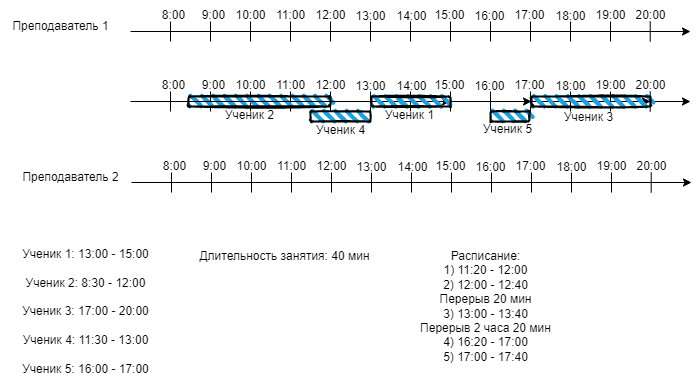
Above: Концептуальная_модель.png in watashinonericell/myrepos (draw.io), before the change. Source tidied: cells renumbered, new cells last; positions are measured from the earlier drawing's top-left corner, leaving out a move shared by most shapes.
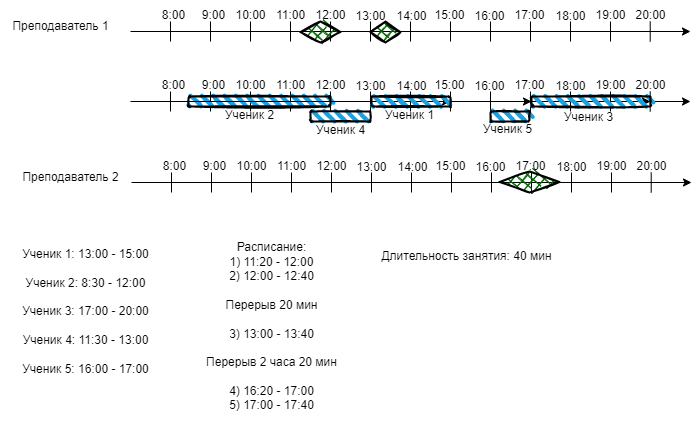
Later version of the same file.

Change to the diagram source:
```diff
@@ -259,10 +259,19 @@
       <mxGeometry x="10" y="241" width="150" height="140" as="geometry" />
     </mxCell>
     <mxCell id="81" value="Длительность занятия: 40 мин" style="text;html=1;align=center;verticalAlign=middle;strokeColor=none;fillColor=none;" parent="1" vertex="1">
-      <mxGeometry x="189" y="241" width="190" height="30" as="geometry" />
+      <mxGeometry x="371" y="241" width="190" height="30" as="geometry" />
     </mxCell>
-    <mxCell id="82" value="Расписание:&lt;br&gt;1) 11:20 - 12:00&lt;br&gt;2) 12:00 - 12:40&lt;br&gt;Перерыв 20 мин&lt;br&gt;3) 13:00 - 13:40&lt;br&gt;Перерыв 2 часа 20 мин&lt;br&gt;4) 16:20 - 17:00&lt;br&gt;5) 17:00 - 17:40" style="text;html=1;align=center;verticalAlign=middle;strokeColor=none;fillColor=none;" parent="1" vertex="1">
-      <mxGeometry x="410" y="241" width="150" height="130" as="geometry" />
+    <mxCell id="82" value="Расписание:&lt;br&gt;1) 11:20 - 12:00&lt;br&gt;2) 12:00 - 12:40&lt;br&gt;&lt;br&gt;Перерыв 20 мин&lt;br&gt;&lt;br&gt;3) 13:00 - 13:40&lt;br&gt;&lt;br&gt;Перерыв 2 часа 20 мин&lt;br&gt;&lt;br&gt;4) 16:20 - 17:00&lt;br&gt;5) 17:00 - 17:40" style="text;html=1;align=center;verticalAlign=middle;strokeColor=none;fillColor=none;" parent="1" vertex="1">
+      <mxGeometry x="196" y="231" width="150" height="190" as="geometry" />
     </mxCell>
+    <mxCell id="83" style="rhombus;whiteSpace=wrap;html=1;strokeWidth=2;fillWeight=-1;hachureGap=8;fillStyle=cross-hatch;fillColor=#006600;sketch=1;" parent="1" vertex="1">
+      <mxGeometry x="499" y="171" width="60" height="21" as="geometry" />
+    </mxCell>
+    <mxCell id="84" style="rhombus;whiteSpace=wrap;html=1;strokeWidth=2;fillWeight=-1;hachureGap=8;fillStyle=cross-hatch;fillColor=#006600;sketch=1;" parent="1" vertex="1">
+      <mxGeometry x="370" y="21" width="30" height="21" as="geometry" />
+    </mxCell>
+    <mxCell id="85" style="rhombus;whiteSpace=wrap;html=1;strokeWidth=2;fillWeight=-1;hachureGap=8;fillStyle=cross-hatch;fillColor=#006600;sketch=1;" parent="1" vertex="1">
+      <mxGeometry x="300" y="21" width="40" height="21" as="geometry" />
+    </mxCell>
   </root>
 </mxGraphModel>
```
